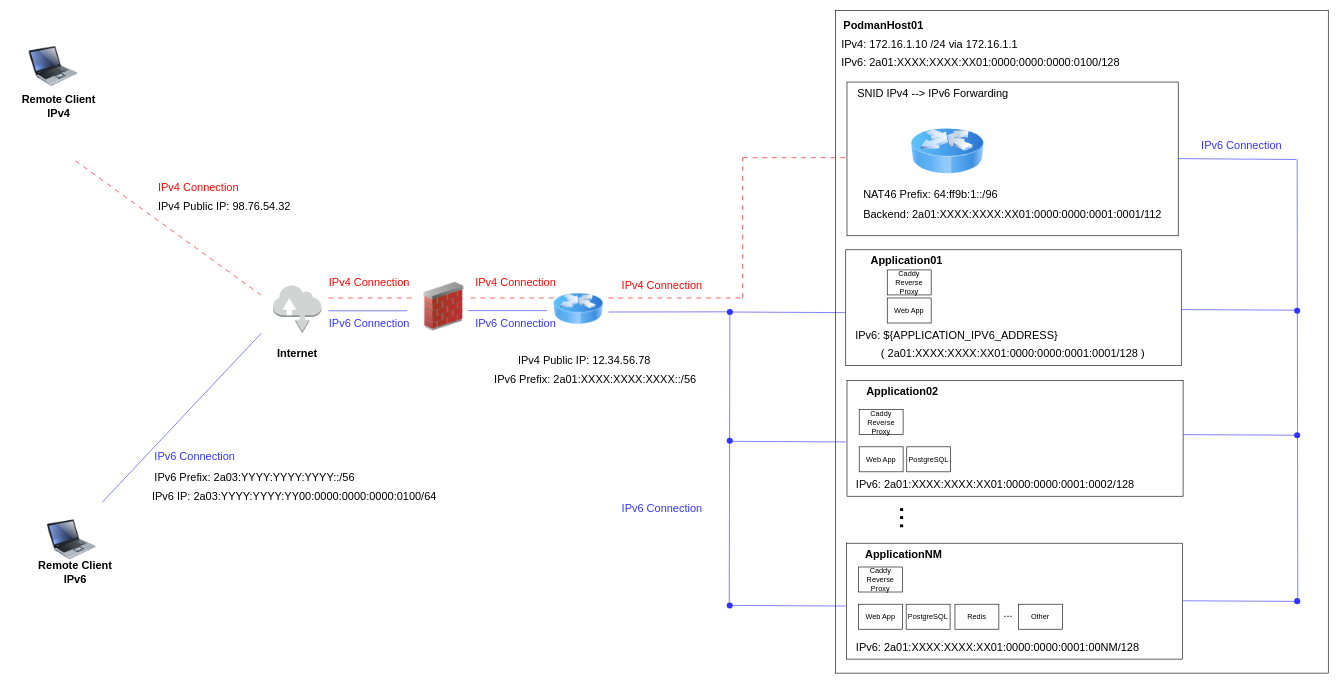
Above: page "Overview" (1 of 2) of docs/tutorials/podman_pasta_ipv6_with_snid_ipv4.drawio in containers/podman (draw.io), before the change. Source tidied: cells renumbered, new cells numbered last; positions are measured from the earlier drawing's top-left corner, leaving out a move shared by most shapes. Both pictures are drawn from the tidied source at 61%, with x=0, y=0 at pixel (10, 10).
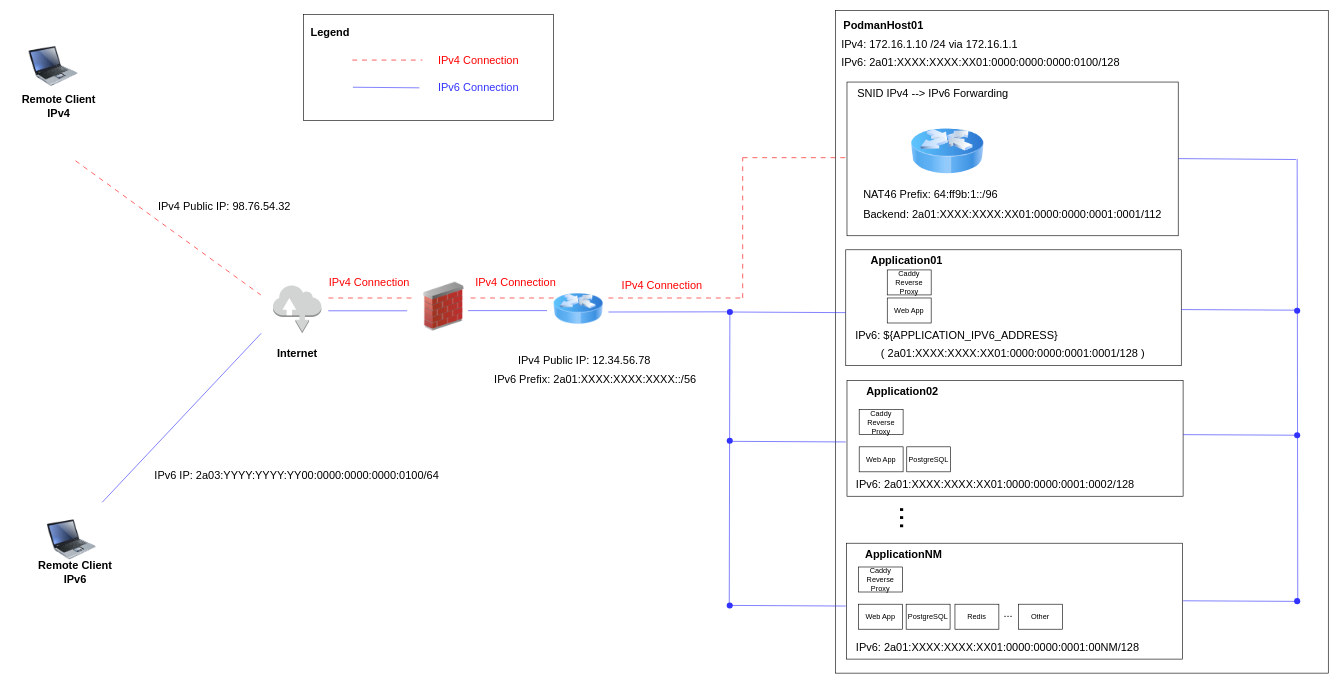
The same diagram, later.

Commit message (it also covers changes not shown here):
Replace Annotations with Legend for IPv4/IPv6 Connection.

The edit, as a diff of the source:
```diff
@@
+    <mxCell id="80" style="rounded=0;whiteSpace=wrap;html=1;" parent="1" vertex="1">
+      <mxGeometry x="480" y="6" width="410" height="174" as="geometry" />
+    </mxCell>
@@
     <mxCell id="38" value="IPv4 Connection" style="text;html=1;align=left;verticalAlign=middle;whiteSpace=wrap;rounded=0;fontSize=18;fontStyle=0;fontColor=#FF0000;" parent="1" vertex="1">
-      <mxGeometry x="240" y="274" width="140" height="32" as="geometry" />
+      <mxGeometry x="699" y="66" width="140" height="32" as="geometry" />
     </mxCell>
-    <mxCell id="39" value="IPv6 Connection" style="text;html=1;align=left;verticalAlign=middle;whiteSpace=wrap;rounded=0;fontSize=18;fontStyle=0;fontColor=#3333FF;" parent="1" vertex="1">
-      <mxGeometry x="234" y="715" width="150" height="32" as="geometry" />
-    </mxCell>
@@
-    <mxCell id="62" value="IPv6 Prefix: 2a03:YYYY:YYYY:YYYY::/56" style="text;html=1;align=left;verticalAlign=middle;whiteSpace=wrap;rounded=0;fontSize=18;fontStyle=0;" parent="1" vertex="1">
-      <mxGeometry x="234" y="750" width="383" height="32" as="geometry" />
-    </mxCell>
     <mxCell id="63" value="IPv6 IP: 2a03:YYYY:YYYY:YY00:0000:0000:0000:0100/64" style="text;html=1;align=left;verticalAlign=middle;whiteSpace=wrap;rounded=0;fontSize=18;fontStyle=0;" parent="1" vertex="1">
-      <mxGeometry x="230" y="781" width="594" height="32" as="geometry" />
+      <mxGeometry x="234" y="747" width="594" height="32" as="geometry" />
     </mxCell>
@@
-    <mxCell id="72" value="IPv6 Connection" style="text;html=1;align=left;verticalAlign=middle;whiteSpace=wrap;rounded=0;fontSize=18;fontStyle=0;fontColor=#3333FF;" parent="1" vertex="1">
-      <mxGeometry x="520" y="497" width="140" height="32" as="geometry" />
-    </mxCell>
@@
-    <mxCell id="74" value="IPv6 Connection" style="text;html=1;align=left;verticalAlign=middle;whiteSpace=wrap;rounded=0;fontSize=18;fontStyle=0;fontColor=#3333FF;" parent="1" vertex="1">
-      <mxGeometry x="760" y="497" width="140" height="32" as="geometry" />
-    </mxCell>
@@
-    <mxCell id="78" value="IPv6 Connection" style="text;html=1;align=left;verticalAlign=middle;whiteSpace=wrap;rounded=0;fontSize=18;fontStyle=0;fontColor=#3333FF;" parent="1" vertex="1">
-      <mxGeometry x="1000" y="801" width="140" height="32" as="geometry" />
-    </mxCell>
-    <mxCell id="79" value="IPv6 Connection" style="text;html=1;align=left;verticalAlign=middle;whiteSpace=wrap;rounded=0;fontSize=18;fontStyle=0;fontColor=#3333FF;" parent="1" vertex="1">
-      <mxGeometry x="1950" y="206" width="140" height="32" as="geometry" />
-    </mxCell>
+    <mxCell id="81" style="endArrow=none;html=1;rounded=0;strokeColor=#FF0000;entryX=0;entryY=0.5;entryDx=0;entryDy=0;dashed=1;dashPattern=8 8;" parent="1" edge="1">
+      <mxGeometry relative="1" as="geometry">
+        <mxPoint x="560" y="81" as="sourcePoint" />
+        <mxPoint x="675" y="81" as="targetPoint" />
+      </mxGeometry>
+    </mxCell>
+    <mxCell id="82" style="endArrow=none;html=1;rounded=0;strokeColor=#3333FF;" parent="1" edge="1">
+      <mxGeometry relative="1" as="geometry">
+        <mxPoint x="561" y="125.5" as="sourcePoint" />
+        <mxPoint x="670" y="126.5" as="targetPoint" />
+      </mxGeometry>
+    </mxCell>
+    <mxCell id="83" value="IPv6 Connection" style="text;html=1;align=left;verticalAlign=middle;whiteSpace=wrap;rounded=0;fontSize=18;fontStyle=0;fontColor=#3333FF;" parent="1" vertex="1">
+      <mxGeometry x="699" y="110" width="150" height="32" as="geometry" />
+    </mxCell>
+    <mxCell id="84" value="Legend" style="text;html=1;align=left;verticalAlign=middle;whiteSpace=wrap;rounded=0;fontSize=18;fontStyle=1;" parent="1" vertex="1">
+      <mxGeometry x="490" y="20" width="380" height="32" as="geometry" />
+    </mxCell>
```
